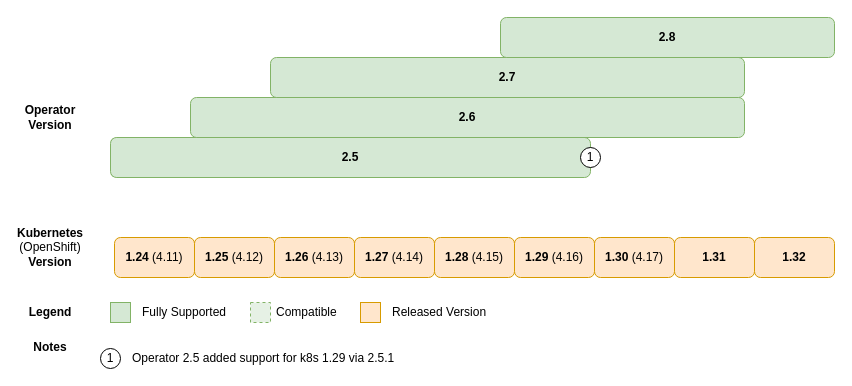
Above: page "Compat Kuberentes" (1 of 3) of drawio-charts/k8s-compat.drawio in couchbase/docs-operator (draw.io), before the change. Source tidied: cells renumbered, new cells numbered last; positions are measured from the earlier drawing's top-left corner, leaving out a move shared by most shapes. Both pictures are drawn from the tidied source at 100%, with x=0, y=0 at pixel (20, 17).
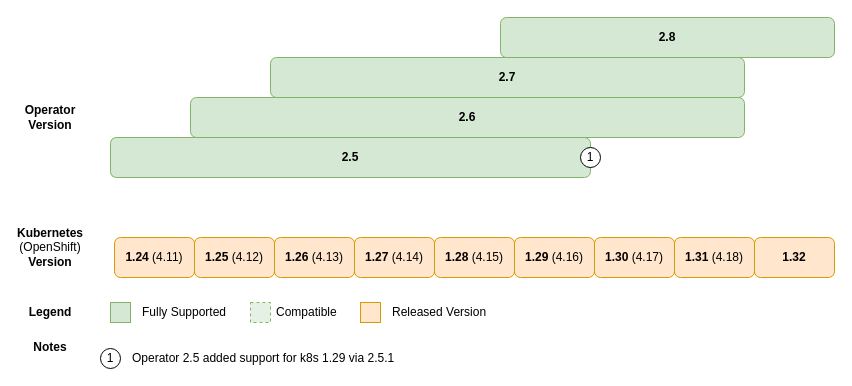
The same diagram, later.

Diff of the diagram source:
```diff
@@
-    <mxCell id="26" value="&lt;b&gt;1.31&lt;/b&gt;" style="rounded=1;whiteSpace=wrap;html=1;fillColor=#ffe6cc;strokeColor=#d79b00;" parent="1" vertex="1">
+    <mxCell id="26" value="&lt;b&gt;1.31&lt;/b&gt;&amp;nbsp;(4.18)" style="rounded=1;whiteSpace=wrap;html=1;fillColor=#ffe6cc;strokeColor=#d79b00;" parent="1" vertex="1">
       <mxGeometry x="654" y="220" width="80" height="40" as="geometry" />
     </mxCell>
```
